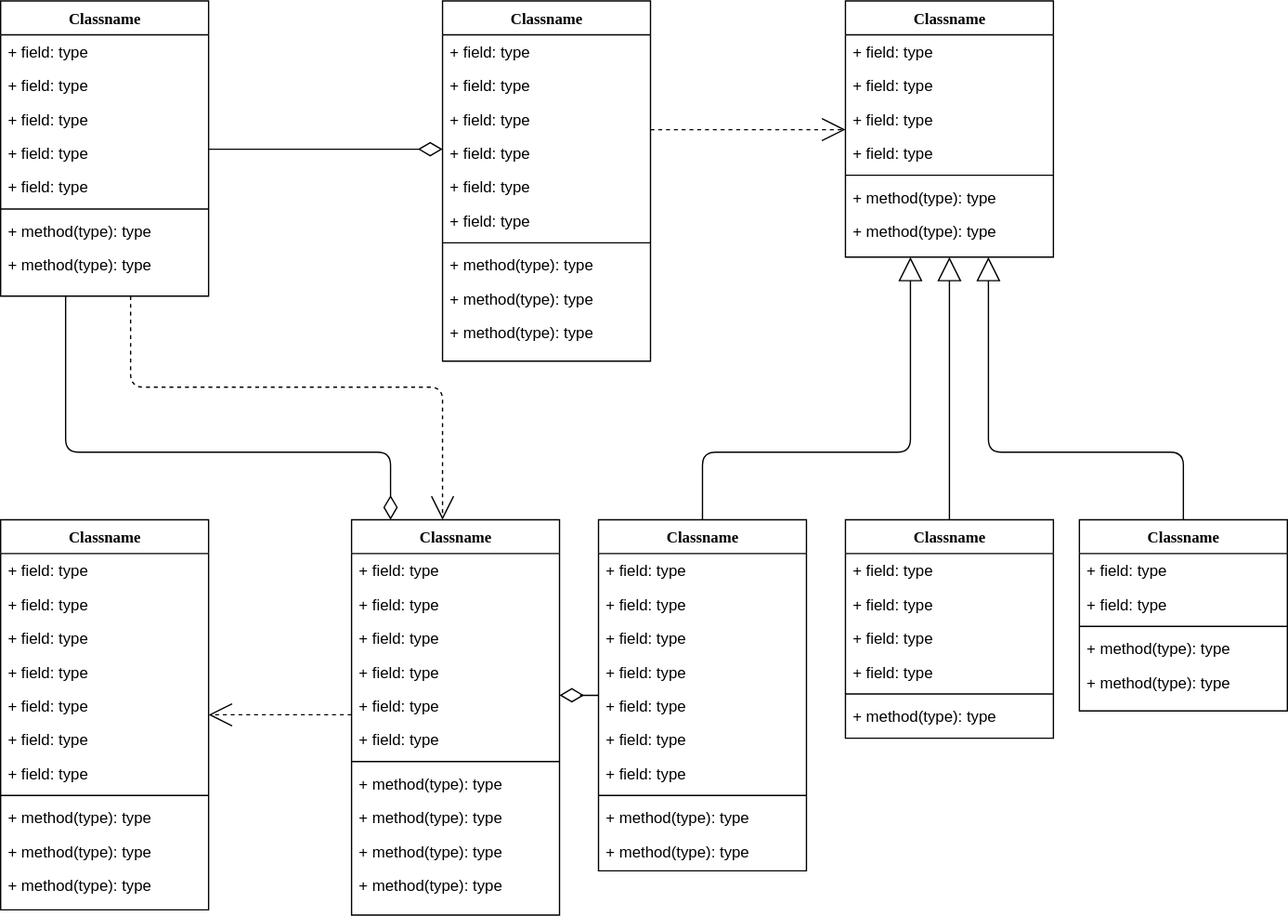
Funny002/nest-vue-blog keeps this draw.io diagram as Sso-Mysql.svg. Above is the earlier version. Source tidied: cells renumbered, new cells last; positions are measured from the earlier drawing's top-left corner, leaving out a move shared by most shapes.
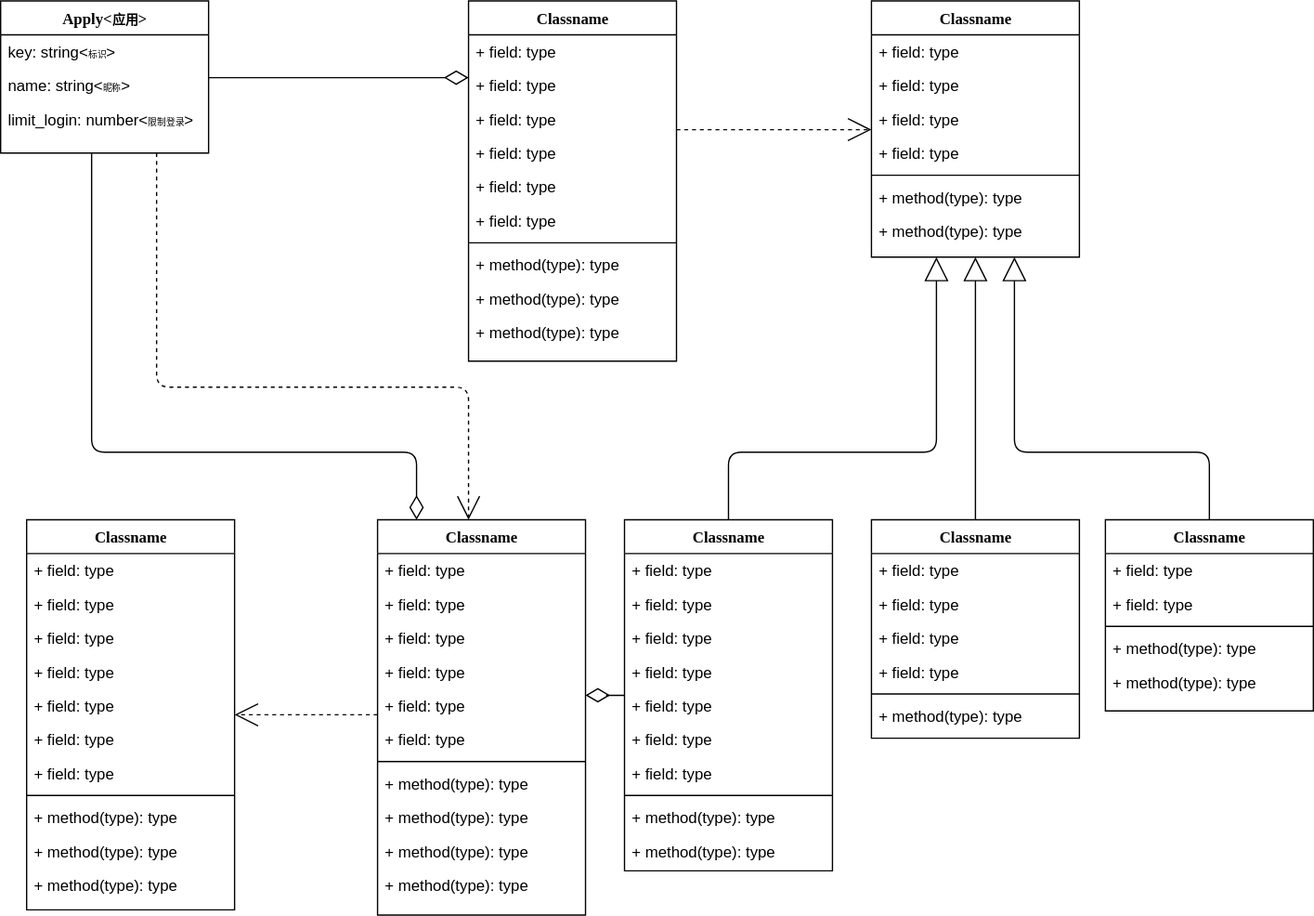
The same file after the commit.

Change to the diagram source:
```diff
@@ -18,33 +18,18 @@
         </Array>
       </mxGeometry>
     </mxCell>
-    <mxCell id="4" value="Classname" style="swimlane;html=1;fontStyle=1;align=center;verticalAlign=top;horizontal=1;startSize=26;swimlaneFillColor=#ffffff;rounded=0;shadow=0;comic=0;labelBackgroundColor=none;strokeWidth=1;fillColor=none;fontFamily=Verdana;fontSize=12;" parent="1" vertex="1">
-      <mxGeometry width="160" height="227" as="geometry" />
+    <mxCell id="4" value="Apply&amp;lt;&lt;font style=&quot;font-size: 10px;&quot;&gt;应用&lt;/font&gt;&amp;gt;" style="swimlane;html=1;fontStyle=1;align=center;verticalAlign=top;horizontal=1;startSize=26;swimlaneFillColor=#ffffff;rounded=0;shadow=0;comic=0;labelBackgroundColor=none;strokeWidth=1;fillColor=none;fontFamily=Verdana;fontSize=12;" parent="1" vertex="1">
+      <mxGeometry x="-20" width="160" height="117" as="geometry" />
     </mxCell>
-    <mxCell id="5" value="+ field: type" style="text;html=1;strokeColor=none;fillColor=none;align=left;verticalAlign=top;spacingLeft=4;spacingRight=4;whiteSpace=wrap;overflow=hidden;" parent="4" vertex="1">
+    <mxCell id="5" value="key: string&amp;lt;&lt;font style=&quot;font-size: 7px;&quot;&gt;标识&lt;/font&gt;&amp;gt;" style="text;html=1;strokeColor=none;fillColor=none;align=left;verticalAlign=top;spacingLeft=4;spacingRight=4;whiteSpace=wrap;overflow=hidden;" parent="4" vertex="1">
       <mxGeometry y="26" width="160" height="26" as="geometry" />
     </mxCell>
-    <mxCell id="6" value="+ field: type" style="text;html=1;strokeColor=none;fillColor=none;align=left;verticalAlign=top;spacingLeft=4;spacingRight=4;whiteSpace=wrap;overflow=hidden;" parent="4" vertex="1">
+    <mxCell id="6" value="name: string&amp;lt;&lt;font style=&quot;font-size: 7px;&quot;&gt;昵称&lt;/font&gt;&amp;gt;" style="text;html=1;strokeColor=none;fillColor=none;align=left;verticalAlign=top;spacingLeft=4;spacingRight=4;whiteSpace=wrap;overflow=hidden;" parent="4" vertex="1">
       <mxGeometry y="52" width="160" height="26" as="geometry" />
     </mxCell>
-    <mxCell id="7" value="+ field: type" style="text;html=1;strokeColor=none;fillColor=none;align=left;verticalAlign=top;spacingLeft=4;spacingRight=4;whiteSpace=wrap;overflow=hidden;" parent="4" vertex="1">
+    <mxCell id="7" value="limit_login: number&amp;lt;&lt;font style=&quot;font-size: 7px;&quot;&gt;限制登录&lt;/font&gt;&amp;gt;" style="text;html=1;strokeColor=none;fillColor=none;align=left;verticalAlign=top;spacingLeft=4;spacingRight=4;whiteSpace=wrap;overflow=hidden;" parent="4" vertex="1">
       <mxGeometry y="78" width="160" height="26" as="geometry" />
     </mxCell>
-    <mxCell id="8" value="+ field: type" style="text;html=1;strokeColor=none;fillColor=none;align=left;verticalAlign=top;spacingLeft=4;spacingRight=4;whiteSpace=wrap;overflow=hidden;" parent="4" vertex="1">
-      <mxGeometry y="104" width="160" height="26" as="geometry" />
-    </mxCell>
-    <mxCell id="9" value="+ field: type" style="text;html=1;strokeColor=none;fillColor=none;align=left;verticalAlign=top;spacingLeft=4;spacingRight=4;whiteSpace=wrap;overflow=hidden;" parent="4" vertex="1">
-      <mxGeometry y="130" width="160" height="26" as="geometry" />
-    </mxCell>
-    <mxCell id="10" style="line;html=1;strokeWidth=1;fillColor=none;align=left;verticalAlign=middle;spacingTop=-1;spacingLeft=3;spacingRight=3;labelPosition=right;" parent="4" vertex="1">
-      <mxGeometry y="156" width="160" height="8" as="geometry" />
-    </mxCell>
-    <mxCell id="11" value="+ method(type): type" style="text;html=1;strokeColor=none;fillColor=none;align=left;verticalAlign=top;spacingLeft=4;spacingRight=4;whiteSpace=wrap;overflow=hidden;" parent="4" vertex="1">
-      <mxGeometry y="164" width="160" height="26" as="geometry" />
-    </mxCell>
-    <mxCell id="12" value="+ method(type): type" style="text;html=1;strokeColor=none;fillColor=none;align=left;verticalAlign=top;spacingLeft=4;spacingRight=4;whiteSpace=wrap;overflow=hidden;" parent="4" vertex="1">
-      <mxGeometry y="190" width="160" height="26" as="geometry" />
-    </mxCell>
     <mxCell id="13" style="edgeStyle=elbowEdgeStyle;html=1;labelBackgroundColor=none;startFill=0;startSize=8;endArrow=open;endFill=0;endSize=16;fontFamily=Verdana;fontSize=12;elbow=vertical;dashed=1;" parent="1" edge="1" source="14" target="25">
       <mxGeometry relative="1" as="geometry" />
     </mxCell>
```
